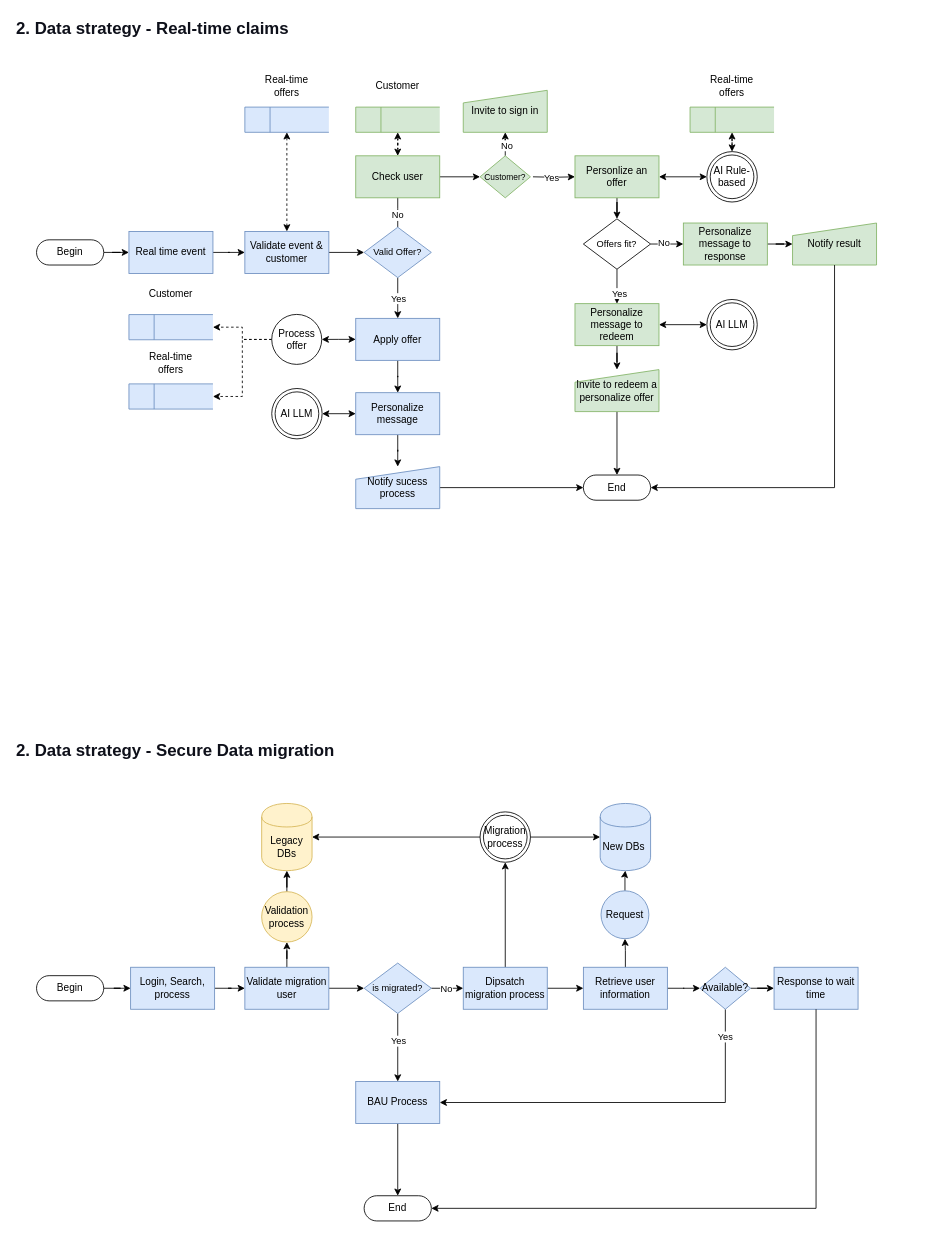
This is page "2. Data strategy" (2 of 7) of SaaS.drawio from fhermq/diagrams, a draw.io file, before an edit. Source tidied: cells renumbered, new cells numbered last; positions are measured from the earlier drawing's top-left corner, leaving out a move shared by most shapes. Both pictures are drawn from the tidied source at 84%, with x=0, y=0 at pixel (14, 14).
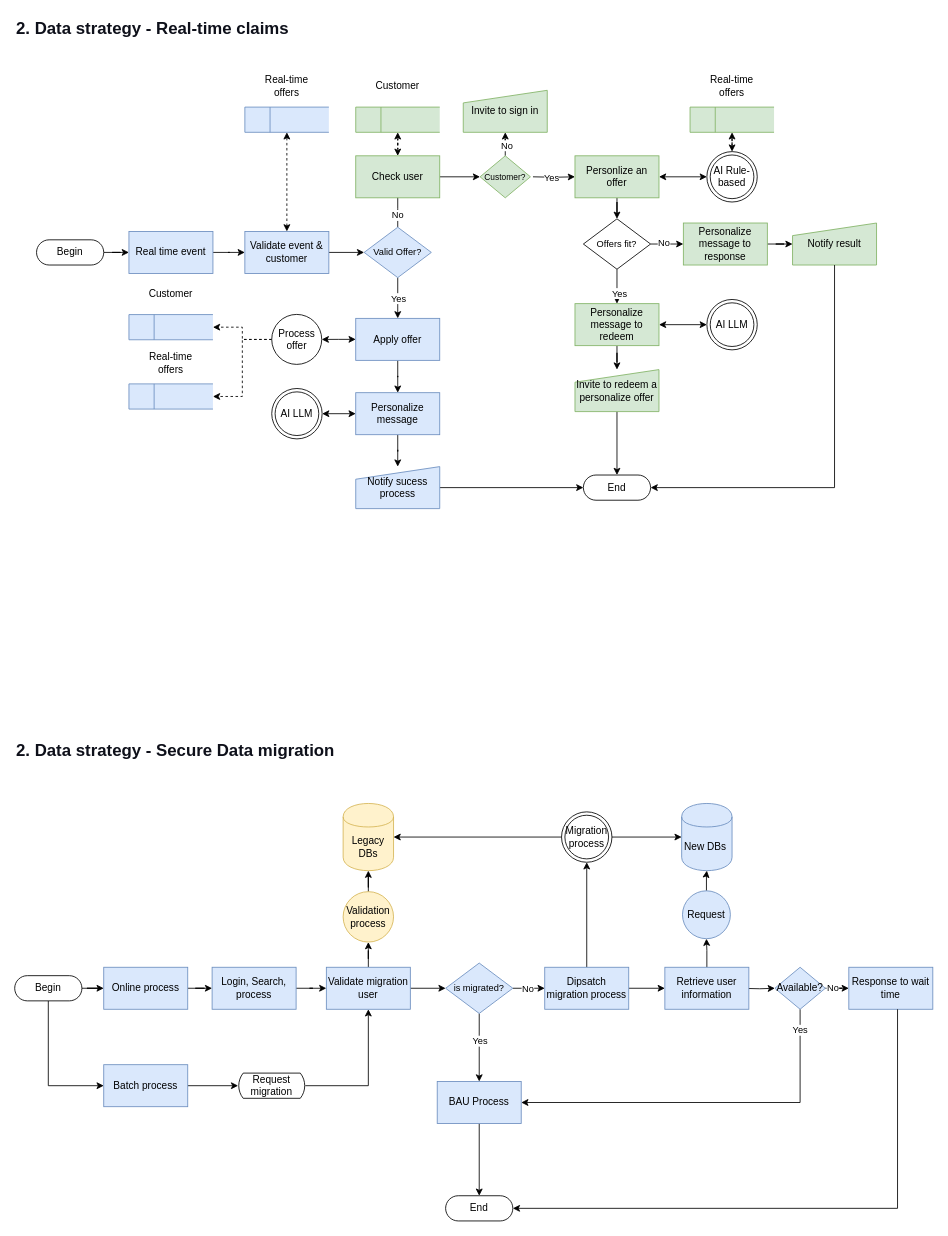
The same diagram, later.

What changed in the source:
```diff
@@
-    <mxCell id="69" style="edgeStyle=orthogonalEdgeStyle;rounded=0;jettySize=auto;html=1;" parent="1" edge="1" source="70" target="72">
-      <mxGeometry relative="1" as="geometry" />
-    </mxCell>
+    <mxCell id="112" style="edgeStyle=orthogonalEdgeStyle;rounded=0;jettySize=auto;html=1;" parent="1" edge="1" source="70" target="118">
+      <mxGeometry relative="1" as="geometry" />
+    </mxCell>
+    <mxCell id="113" style="edgeStyle=orthogonalEdgeStyle;rounded=0;jettySize=auto;html=1;entryX=0;entryY=0.5;entryDx=0;entryDy=0;" parent="1" edge="1" source="70" target="120">
+      <mxGeometry relative="1" as="geometry">
+        <Array as="points">
+          <mxPoint x="40" y="1275" />
+        </Array>
+      </mxGeometry>
+    </mxCell>
     <mxCell id="70" value="Begin" style="html=1;dashed=0;whiteSpace=wrap;shape=mxgraph.dfd.start;" parent="1" vertex="1">
-      <mxGeometry x="26" y="1144" width="80" height="30" as="geometry" />
+      <mxGeometry y="1144" width="80" height="30" as="geometry" />
     </mxCell>
@@
     <mxCell id="72" value="Login, Search, process" style="html=1;dashed=0;whiteSpace=wrap;fillColor=#dae8fc;strokeColor=#6c8ebf;" parent="1" vertex="1">
-      <mxGeometry x="138" y="1134" width="100" height="50" as="geometry" />
+      <mxGeometry x="235" y="1134" width="100" height="50" as="geometry" />
     </mxCell>
@@
     <mxCell id="77" value="is migrated?" style="shape=rhombus;html=1;dashed=0;whiteSpace=wrap;perimeter=rhombusPerimeter;fontSize=11;fillColor=#dae8fc;strokeColor=#6c8ebf;" parent="1" vertex="1">
-      <mxGeometry x="416" y="1129" width="80" height="60" as="geometry" />
+      <mxGeometry x="513" y="1129" width="80" height="60" as="geometry" />
     </mxCell>
@@
     <mxCell id="79" value="BAU Process" style="html=1;dashed=0;whiteSpace=wrap;fillColor=#dae8fc;strokeColor=#6c8ebf;" parent="1" vertex="1">
-      <mxGeometry x="406" y="1270" width="100" height="50" as="geometry" />
+      <mxGeometry x="503" y="1270" width="100" height="50" as="geometry" />
     </mxCell>
@@
     <mxCell id="82" value="Validate migration user" style="html=1;dashed=0;whiteSpace=wrap;fillColor=#dae8fc;strokeColor=#6c8ebf;" parent="1" vertex="1">
-      <mxGeometry x="274" y="1134" width="100" height="50" as="geometry" />
+      <mxGeometry x="371" y="1134" width="100" height="50" as="geometry" />
     </mxCell>
     <mxCell id="83" value="End" style="html=1;dashed=0;whiteSpace=wrap;shape=mxgraph.dfd.start;" parent="1" vertex="1">
-      <mxGeometry x="416" y="1406" width="80" height="30" as="geometry" />
+      <mxGeometry x="513" y="1406" width="80" height="30" as="geometry" />
     </mxCell>
     <mxCell id="84" value="Legacy DBs" style="shape=cylinder;whiteSpace=wrap;html=1;boundedLbl=1;backgroundOutline=1;fillColor=#fff2cc;strokeColor=#d6b656;" parent="1" vertex="1">
-      <mxGeometry x="294" y="939" width="60" height="80" as="geometry" />
+      <mxGeometry x="391" y="939" width="60" height="80" as="geometry" />
     </mxCell>
@@
     <mxCell id="86" value="Validation process" style="shape=ellipse;html=1;dashed=0;whiteSpace=wrap;perimeter=ellipsePerimeter;fillColor=#fff2cc;strokeColor=#d6b656;" parent="1" vertex="1">
-      <mxGeometry x="294" y="1044" width="60" height="60" as="geometry" />
+      <mxGeometry x="391" y="1044" width="60" height="60" as="geometry" />
     </mxCell>
@@
     <mxCell id="96" value="Dipsatch migration process" style="html=1;dashed=0;whiteSpace=wrap;fillColor=#dae8fc;strokeColor=#6c8ebf;" parent="1" vertex="1">
-      <mxGeometry x="534" y="1134" width="100" height="50" as="geometry" />
+      <mxGeometry x="631" y="1134" width="100" height="50" as="geometry" />
     </mxCell>
@@
     <mxCell id="99" value="Migration process" style="ellipse;shape=doubleEllipse;html=1;dashed=0;whiteSpace=wrap;" parent="1" vertex="1">
-      <mxGeometry x="554" y="949" width="60" height="60" as="geometry" />
+      <mxGeometry x="651" y="949" width="60" height="60" as="geometry" />
     </mxCell>
     <mxCell id="100" value="New DBs&amp;nbsp;" style="shape=cylinder;whiteSpace=wrap;html=1;boundedLbl=1;backgroundOutline=1;fillColor=#dae8fc;strokeColor=#6c8ebf;" parent="1" vertex="1">
-      <mxGeometry x="697" y="939" width="60" height="80" as="geometry" />
+      <mxGeometry x="794" y="939" width="60" height="80" as="geometry" />
     </mxCell>
@@
-    <mxCell id="102" style="edgeStyle=orthogonalEdgeStyle;rounded=0;jettySize=auto;html=1;" parent="1" edge="1" source="103" target="109">
-      <mxGeometry relative="1" as="geometry" />
+    <mxCell id="102" style="edgeStyle=orthogonalEdgeStyle;rounded=0;jettySize=auto;html=1;" parent="1" edge="1" target="109">
+      <mxGeometry relative="1" as="geometry">
+        <mxPoint x="866" y="1159.1" as="sourcePoint" />
+      </mxGeometry>
     </mxCell>
     <mxCell id="103" value="Retrieve user information" style="html=1;dashed=0;whiteSpace=wrap;fillColor=#dae8fc;strokeColor=#6c8ebf;" parent="1" vertex="1">
-      <mxGeometry x="677" y="1134" width="100" height="50" as="geometry" />
+      <mxGeometry x="774" y="1134" width="100" height="50" as="geometry" />
     </mxCell>
@@
     <mxCell id="105" value="Request" style="shape=ellipse;html=1;dashed=0;whiteSpace=wrap;perimeter=ellipsePerimeter;fillColor=#dae8fc;strokeColor=#6c8ebf;" parent="1" vertex="1">
-      <mxGeometry x="698" y="1043" width="57" height="57" as="geometry" />
+      <mxGeometry x="795" y="1043" width="57" height="57" as="geometry" />
     </mxCell>
+    <mxCell id="108" style="edgeStyle=orthogonalEdgeStyle;rounded=0;jettySize=auto;html=1;" parent="1" edge="1" source="109" target="110">
+      <mxGeometry relative="1" as="geometry" />
+    </mxCell>
+    <mxCell id="114" value="No" style="edgeLabel;html=1;align=center;verticalAlign=middle;" parent="108" vertex="1">
+      <mxGeometry x="-0.68" y="1" relative="1" as="geometry" />
+    </mxCell>
     <mxCell id="106" style="edgeStyle=orthogonalEdgeStyle;rounded=0;jettySize=auto;html=1;entryX=1;entryY=0.5;entryDx=0;entryDy=0;" parent="1" edge="1" source="109" target="79">
       <mxGeometry relative="1" as="geometry">
         <Array as="points">
-          <mxPoint x="846" y="1295" />
+          <mxPoint x="935" y="1295" />
         </Array>
       </mxGeometry>
     </mxCell>
     <mxCell id="107" value="Yes" style="edgeLabel;html=1;align=center;verticalAlign=middle;" parent="106" vertex="1">
-      <mxGeometry x="-0.86" y="-1" relative="1" as="geometry" />
+      <mxGeometry x="-0.89" y="-1" relative="1" as="geometry" />
     </mxCell>
-    <mxCell id="108" style="edgeStyle=orthogonalEdgeStyle;rounded=0;jettySize=auto;html=1;" parent="1" edge="1" source="109" target="110">
-      <mxGeometry relative="1" as="geometry" />
-    </mxCell>
     <mxCell id="109" value="Available?" style="shape=rhombus;html=1;dashed=0;whiteSpace=wrap;perimeter=rhombusPerimeter;fillColor=#dae8fc;strokeColor=#6c8ebf;" parent="1" vertex="1">
-      <mxGeometry x="816" y="1134" width="60" height="50" as="geometry" />
+      <mxGeometry x="905" y="1134" width="60" height="50" as="geometry" />
     </mxCell>
     <mxCell id="110" value="Response to wait time" style="html=1;dashed=0;whiteSpace=wrap;fillColor=#dae8fc;strokeColor=#6c8ebf;" parent="1" vertex="1">
-      <mxGeometry x="904" y="1134" width="100" height="50" as="geometry" />
+      <mxGeometry x="993" y="1134" width="100" height="50" as="geometry" />
     </mxCell>
     <mxCell id="111" style="edgeStyle=orthogonalEdgeStyle;rounded=0;jettySize=auto;html=1;entryX=1;entryY=0.5;entryDx=0;entryDy=0;entryPerimeter=0;" parent="1" edge="1" source="110" target="83">
       <mxGeometry relative="1" as="geometry">
         <Array as="points">
-          <mxPoint x="954" y="1421" />
+          <mxPoint x="1051" y="1421" />
         </Array>
       </mxGeometry>
     </mxCell>
+    <mxCell id="115" style="edgeStyle=orthogonalEdgeStyle;rounded=0;jettySize=auto;html=1;" parent="1" edge="1" source="116" target="82">
+      <mxGeometry relative="1" as="geometry" />
+    </mxCell>
+    <mxCell id="116" value="Request migration" style="html=1;dashed=0;whiteSpace=wrap;shape=mxgraph.dfd.loop;" parent="1" vertex="1">
+      <mxGeometry x="266" y="1260" width="80" height="30" as="geometry" />
+    </mxCell>
+    <mxCell id="117" style="edgeStyle=orthogonalEdgeStyle;rounded=0;jettySize=auto;html=1;" parent="1" edge="1" source="118" target="72">
+      <mxGeometry relative="1" as="geometry" />
+    </mxCell>
+    <mxCell id="118" value="Online process" style="html=1;dashed=0;whiteSpace=wrap;fillColor=#dae8fc;strokeColor=#6c8ebf;" parent="1" vertex="1">
+      <mxGeometry x="106" y="1134" width="100" height="50" as="geometry" />
+    </mxCell>
+    <mxCell id="119" style="edgeStyle=orthogonalEdgeStyle;rounded=0;jettySize=auto;html=1;" parent="1" edge="1" source="120" target="116">
+      <mxGeometry relative="1" as="geometry" />
+    </mxCell>
+    <mxCell id="120" value="Batch process" style="html=1;dashed=0;whiteSpace=wrap;fillColor=#dae8fc;strokeColor=#6c8ebf;" parent="1" vertex="1">
+      <mxGeometry x="106" y="1250" width="100" height="50" as="geometry" />
+    </mxCell>
```
